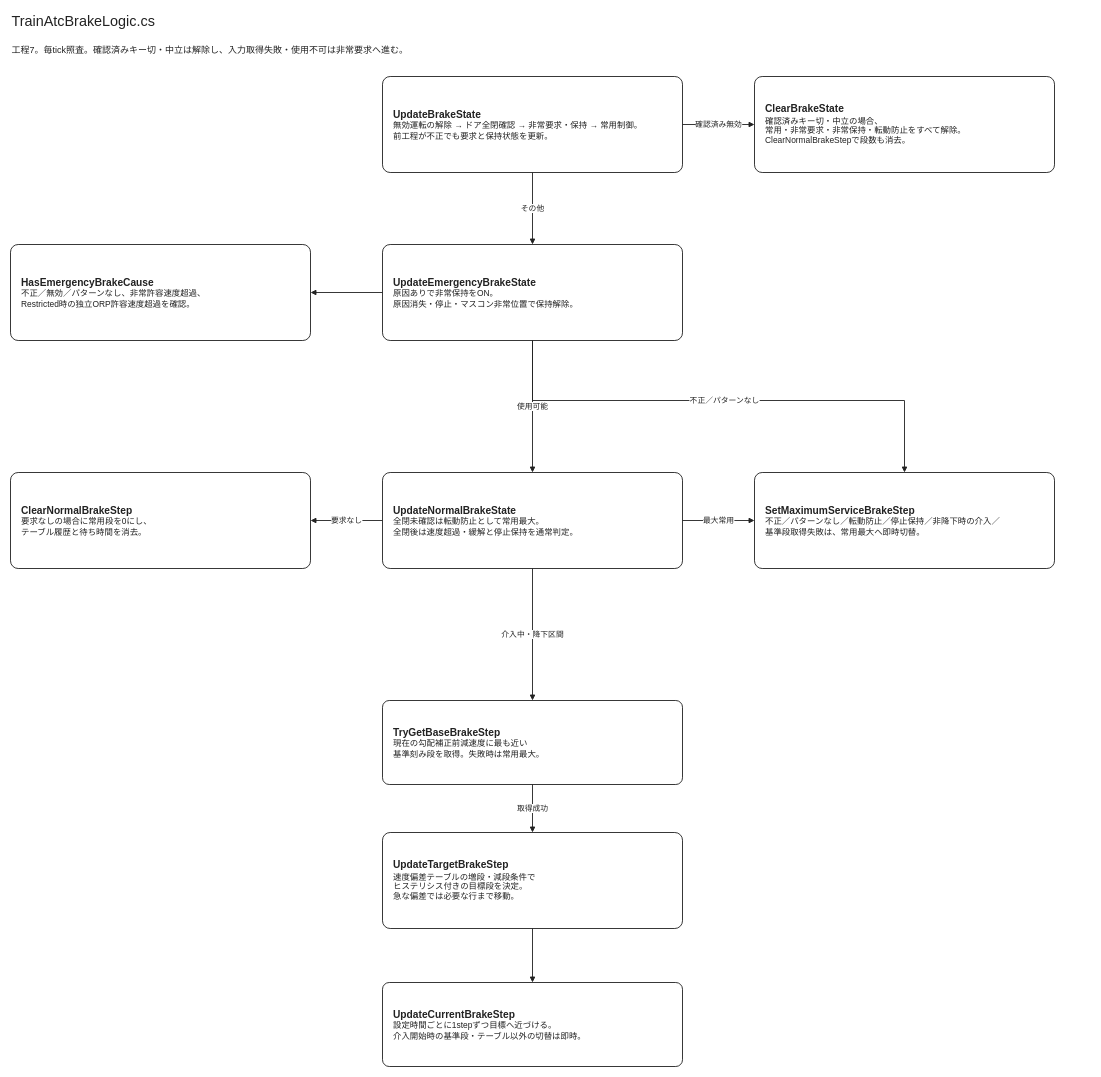
The draw.io diagram page "TrainAtcBrakeLogic.cs" (7 of 8) of Documentation/Train/Atc/TrainAtcTransitions.drawio in neko3141592/Nakatetsu, before the edit. Source tidied: cells renumbered, new cells numbered last; positions are measured from the earlier drawing's top-left corner, leaving out a move shared by most shapes. Both pictures are drawn from the tidied source at 60%, with x=0, y=0 at pixel (10, 10).
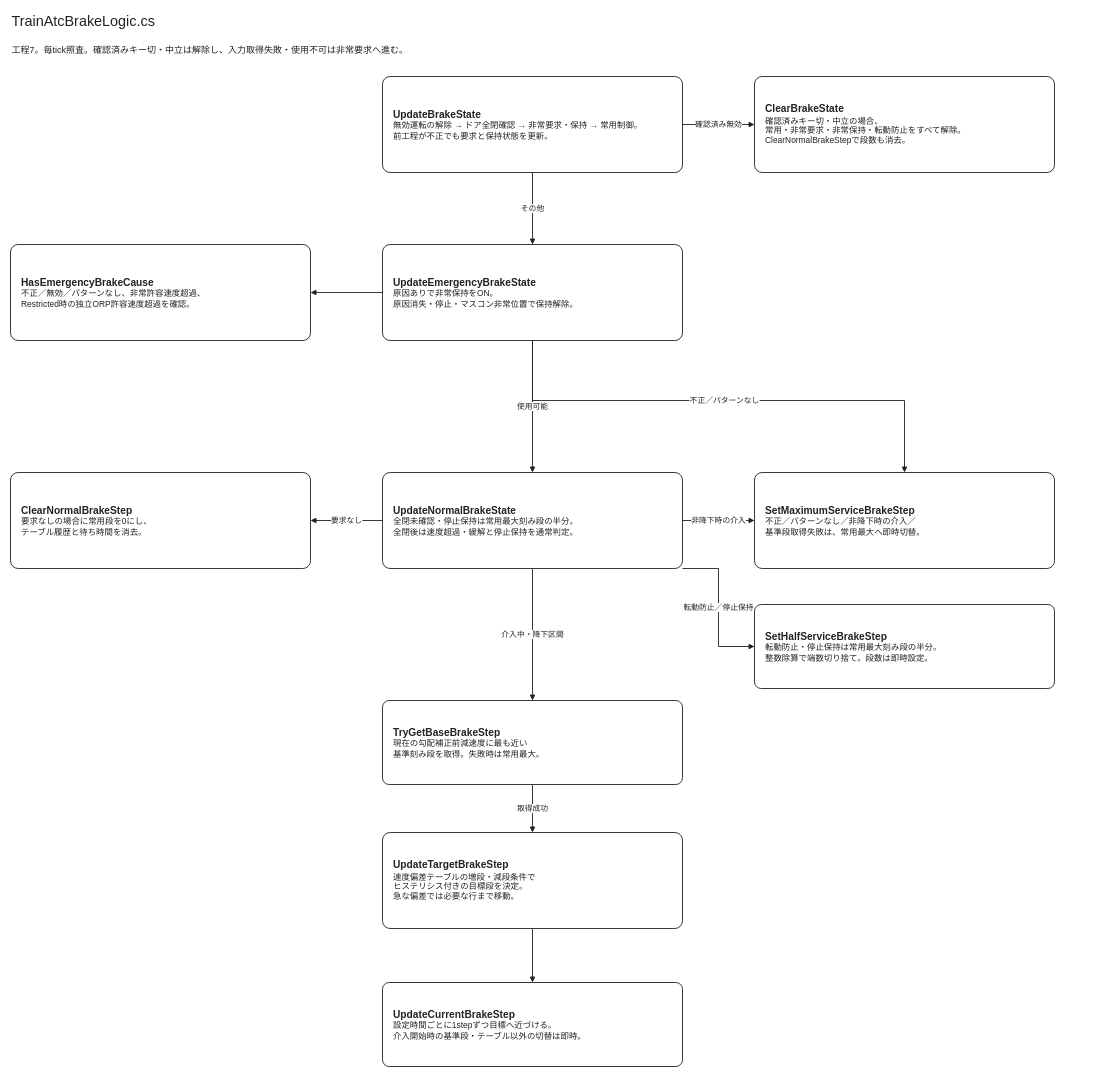
After the change.

Change to the diagram source:
```diff
@@
-    <mxCell id="8" value="&lt;b style=&quot;font-size:17px&quot;&gt;UpdateNormalBrakeState&lt;/b&gt;&lt;br&gt;&lt;span style=&quot;font-size:14px&quot;&gt;全閉未確認は転動防止として常用最大。&lt;br&gt;全閉後は速度超過・緩解と停止保持を通常判定。&lt;/span&gt;" style="rounded=1;arcSize=8;whiteSpace=wrap;html=1;align=left;verticalAlign=middle;spacingLeft=16;spacingRight=16;spacingTop=10;spacingBottom=10;fontFamily=Hiragino Kaku Gothic ProN;fontColor=#222222;strokeColor=#222222;strokeWidth=1.5;fillColor=#ffffff;" parent="1" vertex="1">
+    <mxCell id="8" value="&lt;b style=&quot;font-size:17px&quot;&gt;UpdateNormalBrakeState&lt;/b&gt;&lt;br&gt;&lt;span style=&quot;font-size:14px&quot;&gt;全閉未確認・停止保持は常用最大刻み段の半分。&lt;br&gt;全閉後は速度超過・緩解と停止保持を通常判定。&lt;/span&gt;" style="rounded=1;arcSize=8;whiteSpace=wrap;html=1;align=left;verticalAlign=middle;spacingLeft=16;spacingRight=16;spacingTop=10;spacingBottom=10;fontFamily=Hiragino Kaku Gothic ProN;fontColor=#222222;strokeColor=#222222;strokeWidth=1.5;fillColor=#ffffff;" parent="1" vertex="1">
       <mxGeometry x="620" y="770" width="500" height="160" as="geometry" />
     </mxCell>
@@
-    <mxCell id="10" value="&lt;b style=&quot;font-size:17px&quot;&gt;SetMaximumServiceBrakeStep&lt;/b&gt;&lt;br&gt;&lt;span style=&quot;font-size:14px&quot;&gt;不正／パターンなし／転動防止／停止保持／非降下時の介入／&lt;br&gt;基準段取得失敗は、常用最大へ即時切替。&lt;/span&gt;" style="rounded=1;arcSize=8;whiteSpace=wrap;html=1;align=left;verticalAlign=middle;spacingLeft=16;spacingRight=16;spacingTop=10;spacingBottom=10;fontFamily=Hiragino Kaku Gothic ProN;fontColor=#222222;strokeColor=#222222;strokeWidth=1.5;fillColor=#ffffff;" parent="1" vertex="1">
+    <mxCell id="10" value="&lt;b style=&quot;font-size:17px&quot;&gt;SetMaximumServiceBrakeStep&lt;/b&gt;&lt;br&gt;&lt;span style=&quot;font-size:14px&quot;&gt;不正／パターンなし／非降下時の介入／&lt;br&gt;基準段取得失敗は、常用最大へ即時切替。&lt;/span&gt;" style="rounded=1;arcSize=8;whiteSpace=wrap;html=1;align=left;verticalAlign=middle;spacingLeft=16;spacingRight=16;spacingTop=10;spacingBottom=10;fontFamily=Hiragino Kaku Gothic ProN;fontColor=#222222;strokeColor=#222222;strokeWidth=1.5;fillColor=#ffffff;" parent="1" vertex="1">
       <mxGeometry x="1240" y="770" width="500" height="160" as="geometry" />
     </mxCell>
+    <mxCell id="24" value="&lt;b style=&quot;font-size:17px&quot;&gt;SetHalfServiceBrakeStep&lt;/b&gt;&lt;br&gt;&lt;span style=&quot;font-size:14px&quot;&gt;転動防止・停止保持は常用最大刻み段の半分。&lt;br&gt;整数除算で端数切り捨て。段数は即時設定。&lt;/span&gt;" style="rounded=1;arcSize=8;whiteSpace=wrap;html=1;align=left;verticalAlign=middle;spacingLeft=16;spacingRight=16;spacingTop=10;spacingBottom=10;fontFamily=Hiragino Kaku Gothic ProN;fontColor=#222222;strokeColor=#222222;strokeWidth=1.5;fillColor=#ffffff;" parent="1" vertex="1">
+      <mxGeometry x="1240" y="990" width="500" height="140" as="geometry" />
+    </mxCell>
@@
-    <mxCell id="20" value="最大常用" style="edgeStyle=orthogonalEdgeStyle;rounded=0;html=1;endArrow=block;endFill=1;strokeColor=#222222;strokeWidth=1.5;fontSize=13;fontFamily=Hiragino Kaku Gothic ProN;fontColor=#222222;labelBackgroundColor=#ffffff;exitX=1;exitY=0.5;exitDx=0;exitDy=0;entryX=0;entryY=0.5;entryDx=0;entryDy=0;" parent="1" edge="1" source="8" target="10">
+    <mxCell id="20" value="非降下時の介入" style="edgeStyle=orthogonalEdgeStyle;rounded=0;html=1;endArrow=block;endFill=1;strokeColor=#222222;strokeWidth=1.5;fontSize=13;fontFamily=Hiragino Kaku Gothic ProN;fontColor=#222222;labelBackgroundColor=#ffffff;exitX=1;exitY=0.5;exitDx=0;exitDy=0;entryX=0;entryY=0.5;entryDx=0;entryDy=0;" parent="1" edge="1" source="8" target="10">
       <mxGeometry relative="1" as="geometry" />
     </mxCell>
@@
+    <mxCell id="25" value="転動防止／停止保持" style="edgeStyle=orthogonalEdgeStyle;rounded=0;html=1;endArrow=block;endFill=1;strokeColor=#222222;strokeWidth=1.5;fontSize=13;fontFamily=Hiragino Kaku Gothic ProN;fontColor=#222222;labelBackgroundColor=#ffffff;exitX=1;exitY=1;exitDx=0;exitDy=0;entryX=0;entryY=0.5;entryDx=0;entryDy=0;" parent="1" edge="1" source="8" target="24">
+      <mxGeometry relative="1" as="geometry">
+        <Array as="points">
+          <mxPoint x="1180" y="930" />
+          <mxPoint x="1180" y="1060" />
+        </Array>
+      </mxGeometry>
+    </mxCell>
```
